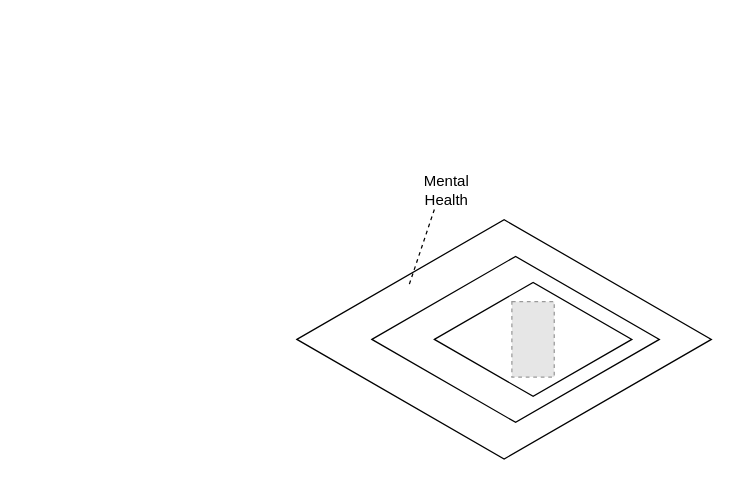
This is Untitled Diagram.drawio from emaliewebb/my_repo, a draw.io file, before an edit. Source tidied: cells renumbered, new cells numbered last; positions are measured from the earlier drawing's top-left corner, leaving out a move shared by most shapes. Both pictures are drawn from the tidied source at 125%, with x=0, y=0 at pixel (296, 171). Pictures stored in the file or linked from it are replaced by grey dashed boxes.
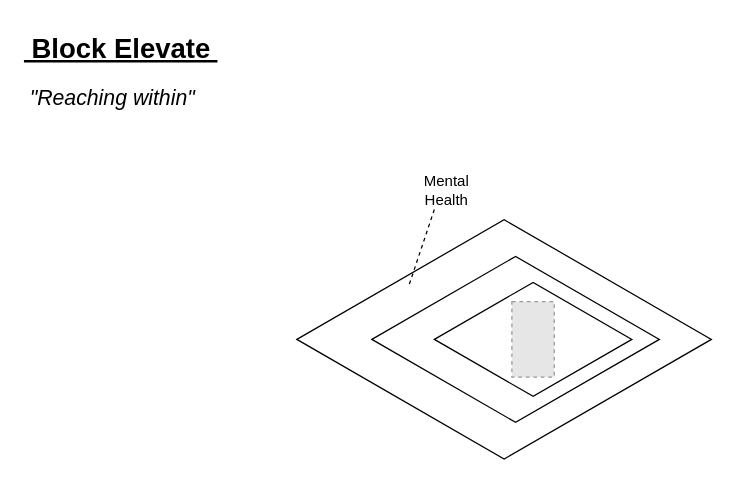
The same page after the edit.

The edit, as a diff of the source:
```diff
@@
 <mxGraphModel>
   <root>
     <mxCell id="0" />
     <mxCell id="1" parent="0" />
     <mxCell id="2" style="html=1;whiteSpace=wrap;shape=isoRectangle;" parent="1" vertex="1">
       <mxGeometry y="34.5" width="331.6" height="199" as="geometry" />
     </mxCell>
     <mxCell id="3" style="html=1;whiteSpace=wrap;shape=isoRectangle;" parent="1" vertex="1">
       <mxGeometry x="60" y="65" width="230" height="138" as="geometry" />
     </mxCell>
     <mxCell id="4" style="html=1;whiteSpace=wrap;shape=isoRectangle;fontSize=12;" parent="1" vertex="1">
       <mxGeometry x="110" y="86.6" width="158" height="94.8" as="geometry" />
     </mxCell>
     <mxCell id="5" style="fillColor=#E6E6E6;strokeColor=#999999;dashed=1;verticalLabelPosition=bottom;labelBackgroundColor=default;verticalAlign=top;" parent="1" vertex="1">
       <mxGeometry x="172" y="103.8" width="33.9" height="60.3" as="geometry" />
     </mxCell>
     <mxCell id="6" style="endArrow=none;dashed=1;html=1;rounded=0;" parent="1" edge="1">
       <mxGeometry relative="1" as="geometry">
         <mxPoint x="90" y="89.8" as="sourcePoint" />
         <mxPoint x="110" y="30" as="targetPoint" />
       </mxGeometry>
     </mxCell>
     <mxCell id="7" value="Mental Health" style="text;html=1;align=center;verticalAlign=middle;whiteSpace=wrap;rounded=0;" parent="1" vertex="1">
       <mxGeometry x="90" width="60" height="30" as="geometry" />
     </mxCell>
+    <mxCell id="8" value="&lt;h1 style=&quot;margin-top: 0px;&quot;&gt;&lt;font style=&quot;font-size: 22px;&quot;&gt;&lt;u&gt;&amp;nbsp;Block Elevate&amp;nbsp;&lt;/u&gt;&lt;/font&gt;&lt;/h1&gt;&lt;div&gt;&lt;font style=&quot;font-size: 17px;&quot;&gt;&lt;i style=&quot;&quot;&gt;&amp;nbsp;&quot;Reaching within&quot;&lt;/i&gt;&lt;/font&gt;&lt;/div&gt;" style="text;html=1;whiteSpace=wrap;overflow=hidden;rounded=0;" parent="1" vertex="1">
+      <mxGeometry x="-220" y="-120" width="180" height="120" as="geometry" />
+    </mxCell>
   </root>
 </mxGraphModel>
```
